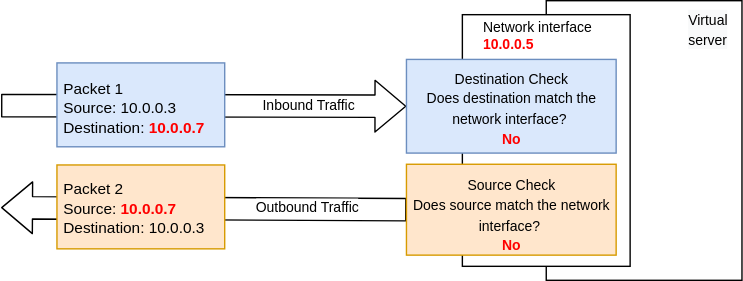
Above: images/as-deny.svg in ibm-cloud-docs/vpc (draw.io), before the change. Source tidied: cells renumbered, new cells last; positions are measured from the earlier drawing's top-left corner, leaving out a move shared by most shapes.
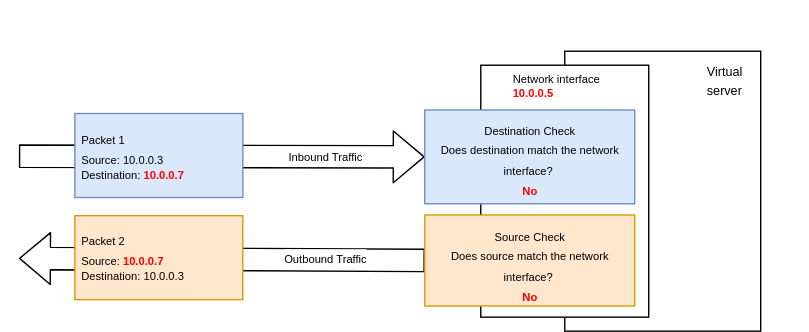
The same diagram one commit later.

What changed in the source:
```diff
@@ -30,29 +30,35 @@
     <mxCell id="9" style="rounded=0;whiteSpace=wrap;html=1;fillColor=#dae8fc;strokeColor=#6c8ebf;" parent="1" vertex="1">
       <mxGeometry x="290" y="42" width="150" height="67" as="geometry" />
     </mxCell>
-    <mxCell id="10" value="&lt;span style=&quot;color: rgb(0, 0, 0); font-family: helvetica; font-style: normal; font-weight: 400; letter-spacing: normal; text-align: center; text-indent: 0px; text-transform: none; word-spacing: 0px; background-color: rgb(248, 249, 250); display: inline; float: none;&quot;&gt;&lt;font style=&quot;font-size: 10px;&quot;&gt;Virtual server&lt;/font&gt;&lt;/span&gt;" style="text;whiteSpace=wrap;html=1;" parent="1" vertex="1">
+    <mxCell id="10" value="&lt;span style=&quot;color: rgb(0, 0, 0); font-family: helvetica; font-style: normal; font-weight: 400; letter-spacing: normal; text-align: center; text-indent: 0px; text-transform: none; word-spacing: 0px; display: inline; float: none;&quot;&gt;&lt;font style=&quot;font-size: 9px;&quot;&gt;Virtual server&lt;/font&gt;&lt;/span&gt;" style="text;whiteSpace=wrap;html=1;" parent="1" vertex="1">
       <mxGeometry x="490" width="40" height="30" as="geometry" />
     </mxCell>
-    <mxCell id="11" value="&lt;div style=&quot;text-align: justify; font-size: 10px;&quot;&gt;&lt;font style=&quot;font-size: 10px;&quot;&gt;Network interface&amp;nbsp;&lt;/font&gt;&lt;/div&gt;&lt;div style=&quot;text-align: justify; font-size: 10px;&quot;&gt;&lt;b style=&quot;&quot;&gt;&lt;font style=&quot;font-size: 10px;&quot; color=&quot;#ff0000&quot;&gt;10.0.0.5&lt;/font&gt;&lt;/b&gt;&lt;/div&gt;" style="text;html=1;align=center;verticalAlign=middle;" parent="1" vertex="1">
-      <mxGeometry x="335" y="5" width="100" height="40" as="geometry" />
+    <mxCell id="11" value="&lt;div style=&quot;text-align: justify; font-size: 8px;&quot;&gt;&lt;font style=&quot;font-size: 8px;&quot;&gt;Network interface&amp;nbsp;&lt;/font&gt;&lt;/div&gt;&lt;div style=&quot;text-align: justify; font-size: 8px;&quot;&gt;&lt;b style=&quot;&quot;&gt;&lt;font style=&quot;font-size: 8px;&quot; color=&quot;#ff0000&quot;&gt;10.0.0.5&lt;/font&gt;&lt;/b&gt;&lt;/div&gt;" style="text;html=1;align=center;verticalAlign=middle;" parent="1" vertex="1">
+      <mxGeometry x="340" y="10" width="90" height="30" as="geometry" />
     </mxCell>
-    <mxCell id="12" value="&lt;font style=&quot;font-size: 10px;&quot;&gt;Inbound Traffic&lt;/font&gt;" style="edgeLabel;html=1;align=center;verticalAlign=middle;" parent="1" vertex="1">
+    <mxCell id="12" value="&lt;font style=&quot;font-size: 8px;&quot;&gt;Inbound Traffic&lt;/font&gt;" style="edgeLabel;html=1;align=center;verticalAlign=middle;" parent="1" vertex="1">
       <mxGeometry x="219" y="74.5" as="geometry" />
     </mxCell>
-    <mxCell id="13" value="&lt;font style=&quot;font-size: 10px;&quot;&gt;Outbound Traffic&lt;/font&gt;" style="edgeLabel;html=1;align=center;verticalAlign=middle;" parent="1" vertex="1">
+    <mxCell id="13" value="&lt;font style=&quot;font-size: 8px;&quot;&gt;Outbound Traffic&lt;/font&gt;" style="edgeLabel;html=1;align=center;verticalAlign=middle;" parent="1" vertex="1">
       <mxGeometry x="219" y="147.7" as="geometry" />
     </mxCell>
-    <mxCell id="14" value="&lt;font style=&quot;font-size: 10px;&quot;&gt;&lt;span style=&quot;color: rgb(0, 0, 0); font-style: normal; font-weight: 400; letter-spacing: normal; text-indent: 0px; text-transform: none; word-spacing: 0px; font-family: helvetica;&quot;&gt;Destination Check&lt;/span&gt;&lt;br style=&quot;color: rgb(0, 0, 0); font-style: normal; font-weight: 400; letter-spacing: normal; text-indent: 0px; text-transform: none; word-spacing: 0px; font-family: helvetica;&quot;&gt;&lt;span style=&quot;color: rgb(0, 0, 0); font-style: normal; font-weight: 400; letter-spacing: normal; text-indent: 0px; text-transform: none; word-spacing: 0px; font-family: helvetica;&quot;&gt;Does destination match the network interface?&amp;nbsp;&lt;br&gt;&lt;/span&gt;&lt;b style=&quot;color: rgb(0, 0, 0); font-style: normal; letter-spacing: normal; text-indent: 0px; text-transform: none; word-spacing: 0px; font-family: helvetica;&quot;&gt;&lt;font style=&quot;font-size: 10px;&quot; color=&quot;#ff0000&quot;&gt;No&lt;/font&gt;&lt;/b&gt;&lt;/font&gt;" style="text;whiteSpace=wrap;html=1;align=center;" parent="1" vertex="1">
+    <mxCell id="14" value="&lt;font style=&quot;font-size: 8px;&quot;&gt;&lt;span style=&quot;color: rgb(0, 0, 0); font-style: normal; font-weight: 400; letter-spacing: normal; text-indent: 0px; text-transform: none; word-spacing: 0px; font-family: helvetica;&quot;&gt;Destination Check&lt;/span&gt;&lt;br style=&quot;color: rgb(0, 0, 0); font-style: normal; font-weight: 400; letter-spacing: normal; text-indent: 0px; text-transform: none; word-spacing: 0px; font-family: helvetica;&quot;&gt;&lt;span style=&quot;color: rgb(0, 0, 0); font-style: normal; font-weight: 400; letter-spacing: normal; text-indent: 0px; text-transform: none; word-spacing: 0px; font-family: helvetica;&quot;&gt;Does destination match the network interface?&amp;nbsp;&lt;br&gt;&lt;/span&gt;&lt;b style=&quot;color: rgb(0, 0, 0); font-style: normal; letter-spacing: normal; text-indent: 0px; text-transform: none; word-spacing: 0px; font-family: helvetica;&quot;&gt;&lt;font style=&quot;font-size: 8px;&quot; color=&quot;#ff0000&quot;&gt;No&lt;/font&gt;&lt;/b&gt;&lt;/font&gt;" style="text;whiteSpace=wrap;html=1;align=center;" parent="1" vertex="1">
       <mxGeometry x="294" y="42" width="143" height="55" as="geometry" />
     </mxCell>
-    <mxCell id="15" value="&lt;font style=&quot;font-size: 10px;&quot;&gt;&lt;span style=&quot;color: rgb(0, 0, 0); font-family: helvetica; font-style: normal; font-weight: 400; letter-spacing: normal; text-indent: 0px; text-transform: none; word-spacing: 0px; display: inline; float: none;&quot;&gt;Source Check&lt;/span&gt;&lt;br style=&quot;color: rgb(0, 0, 0); font-family: helvetica; font-style: normal; font-weight: 400; letter-spacing: normal; text-indent: 0px; text-transform: none; word-spacing: 0px;&quot;&gt;&lt;span style=&quot;color: rgb(0, 0, 0); font-family: helvetica; font-style: normal; font-weight: 400; letter-spacing: normal; text-indent: 0px; text-transform: none; word-spacing: 0px; display: inline; float: none;&quot;&gt;Does source match the network interface?&lt;span&gt;&amp;nbsp;&lt;br&gt;&lt;/span&gt;&lt;/span&gt;&lt;b style=&quot;color: rgb(0, 0, 0); font-family: helvetica; font-style: normal; letter-spacing: normal; text-indent: 0px; text-transform: none; word-spacing: 0px;&quot;&gt;&lt;font style=&quot;font-size: 10px;&quot; color=&quot;#ff0000&quot;&gt;No&lt;/font&gt;&lt;/b&gt;&lt;/font&gt;" style="text;whiteSpace=wrap;html=1;align=center;" parent="1" vertex="1">
+    <mxCell id="15" value="&lt;font style=&quot;font-size: 8px;&quot;&gt;&lt;span style=&quot;color: rgb(0, 0, 0); font-family: helvetica; font-style: normal; font-weight: 400; letter-spacing: normal; text-indent: 0px; text-transform: none; word-spacing: 0px; display: inline; float: none;&quot;&gt;Source Check&lt;/span&gt;&lt;br style=&quot;color: rgb(0, 0, 0); font-family: helvetica; font-style: normal; font-weight: 400; letter-spacing: normal; text-indent: 0px; text-transform: none; word-spacing: 0px;&quot;&gt;&lt;span style=&quot;color: rgb(0, 0, 0); font-family: helvetica; font-style: normal; font-weight: 400; letter-spacing: normal; text-indent: 0px; text-transform: none; word-spacing: 0px; display: inline; float: none;&quot;&gt;Does source match the network interface?&lt;span&gt;&amp;nbsp;&lt;br&gt;&lt;/span&gt;&lt;/span&gt;&lt;b style=&quot;color: rgb(0, 0, 0); font-family: helvetica; font-style: normal; letter-spacing: normal; text-indent: 0px; text-transform: none; word-spacing: 0px;&quot;&gt;&lt;font style=&quot;font-size: 8px;&quot; color=&quot;#ff0000&quot;&gt;No&lt;/font&gt;&lt;/b&gt;&lt;/font&gt;" style="text;whiteSpace=wrap;html=1;align=center;" parent="1" vertex="1">
       <mxGeometry x="294" y="117.5" width="143" height="40" as="geometry" />
     </mxCell>
-    <mxCell id="16" value="&lt;font style=&quot;font-size: 11px;&quot;&gt;&lt;span style=&quot;color: rgb(0, 0, 0); font-family: helvetica; font-style: normal; font-weight: 400; letter-spacing: normal; text-align: left; text-indent: 0px; text-transform: none; word-spacing: 0px; display: inline; float: none;&quot;&gt;Packet 2&lt;/span&gt;&lt;br style=&quot;color: rgb(0, 0, 0); font-family: helvetica; font-style: normal; font-weight: 400; letter-spacing: normal; text-align: left; text-indent: 0px; text-transform: none; word-spacing: 0px;&quot;&gt;&lt;span style=&quot;color: rgb(0, 0, 0); font-family: helvetica; font-style: normal; font-weight: 400; letter-spacing: normal; text-align: left; text-indent: 0px; text-transform: none; word-spacing: 0px; display: inline; float: none;&quot;&gt;Source:&lt;span&gt;&amp;nbsp;&lt;/span&gt;&lt;/span&gt;&lt;b style=&quot;color: rgb(0, 0, 0); font-family: helvetica; font-style: normal; letter-spacing: normal; text-align: left; text-indent: 0px; text-transform: none; word-spacing: 0px;&quot;&gt;&lt;font style=&quot;font-size: 11px;&quot; color=&quot;#ff0000&quot;&gt;10.0.0.7&lt;/font&gt;&lt;/b&gt;&lt;br style=&quot;color: rgb(0, 0, 0); font-family: helvetica; font-style: normal; font-weight: 400; letter-spacing: normal; text-align: left; text-indent: 0px; text-transform: none; word-spacing: 0px;&quot;&gt;&lt;/font&gt;&lt;div style=&quot;color: rgb(0, 0, 0); font-family: helvetica; font-style: normal; font-weight: 400; letter-spacing: normal; text-align: left; text-indent: 0px; text-transform: none; word-spacing: 0px; font-size: 11px;&quot;&gt;&lt;font style=&quot;font-size: 11px;&quot;&gt;Destination: 10.0.0.3&lt;/font&gt;&lt;/div&gt;" style="text;whiteSpace=wrap;html=1;" parent="1" vertex="1">
+    <mxCell id="16" value="&lt;font style=&quot;font-size: 8px;&quot;&gt;&lt;span style=&quot;color: rgb(0, 0, 0); font-family: helvetica; font-style: normal; font-weight: 400; letter-spacing: normal; text-align: left; text-indent: 0px; text-transform: none; word-spacing: 0px; display: inline; float: none;&quot;&gt;Packet 2&lt;/span&gt;&lt;br style=&quot;color: rgb(0, 0, 0); font-family: helvetica; font-style: normal; font-weight: 400; letter-spacing: normal; text-align: left; text-indent: 0px; text-transform: none; word-spacing: 0px;&quot;&gt;&lt;span style=&quot;color: rgb(0, 0, 0); font-family: helvetica; font-style: normal; font-weight: 400; letter-spacing: normal; text-align: left; text-indent: 0px; text-transform: none; word-spacing: 0px; display: inline; float: none;&quot;&gt;Source:&lt;span&gt;&amp;nbsp;&lt;/span&gt;&lt;/span&gt;&lt;b style=&quot;color: rgb(0, 0, 0); font-family: helvetica; font-style: normal; letter-spacing: normal; text-align: left; text-indent: 0px; text-transform: none; word-spacing: 0px;&quot;&gt;&lt;font style=&quot;font-size: 8px;&quot; color=&quot;#ff0000&quot;&gt;10.0.0.7&lt;/font&gt;&lt;/b&gt;&lt;br style=&quot;color: rgb(0, 0, 0); font-family: helvetica; font-style: normal; font-weight: 400; letter-spacing: normal; text-align: left; text-indent: 0px; text-transform: none; word-spacing: 0px;&quot;&gt;&lt;/font&gt;&lt;div style=&quot;color: rgb(0, 0, 0); font-family: helvetica; font-style: normal; font-weight: 400; letter-spacing: normal; text-align: left; text-indent: 0px; text-transform: none; word-spacing: 0px; font-size: 8px;&quot;&gt;&lt;font style=&quot;font-size: 8px;&quot;&gt;Destination: 10.0.0.3&lt;/font&gt;&lt;/div&gt;" style="text;whiteSpace=wrap;html=1;" parent="1" vertex="1">
       <mxGeometry x="43" y="120.7" width="140" height="60" as="geometry" />
     </mxCell>
-    <mxCell id="17" value="&lt;font style=&quot;font-size: 11px;&quot;&gt;&lt;span style=&quot;color: rgb(0, 0, 0); font-family: helvetica; font-style: normal; font-weight: 400; letter-spacing: normal; text-align: left; text-indent: 0px; text-transform: none; word-spacing: 0px; display: inline; float: none;&quot;&gt;Packet 1&lt;/span&gt;&lt;br style=&quot;color: rgb(0, 0, 0); font-family: helvetica; font-style: normal; font-weight: 400; letter-spacing: normal; text-align: left; text-indent: 0px; text-transform: none; word-spacing: 0px;&quot;&gt;&lt;span style=&quot;color: rgb(0, 0, 0); font-family: helvetica; font-style: normal; font-weight: 400; letter-spacing: normal; text-align: left; text-indent: 0px; text-transform: none; word-spacing: 0px; display: inline; float: none;&quot;&gt;Source: 10.0.0.3&lt;/span&gt;&lt;br style=&quot;color: rgb(0, 0, 0); font-family: helvetica; font-style: normal; font-weight: 400; letter-spacing: normal; text-align: left; text-indent: 0px; text-transform: none; word-spacing: 0px;&quot;&gt;&lt;/font&gt;&lt;div style=&quot;color: rgb(0, 0, 0); font-family: helvetica; font-style: normal; font-weight: 400; letter-spacing: normal; text-align: left; text-indent: 0px; text-transform: none; word-spacing: 0px; font-size: 11px;&quot;&gt;&lt;font style=&quot;font-size: 11px;&quot;&gt;Destination:&amp;nbsp;&lt;b style=&quot;&quot;&gt;&lt;font style=&quot;font-size: 11px;&quot; color=&quot;#ff0000&quot;&gt;10.0.0.7&lt;/font&gt;&lt;/b&gt;&lt;/font&gt;&lt;/div&gt;" style="text;whiteSpace=wrap;html=1;" parent="1" vertex="1">
+    <mxCell id="17" value="&lt;font style=&quot;font-size: 8px;&quot;&gt;&lt;span style=&quot;color: rgb(0, 0, 0); font-family: helvetica; font-style: normal; font-weight: 400; letter-spacing: normal; text-align: left; text-indent: 0px; text-transform: none; word-spacing: 0px; display: inline; float: none;&quot;&gt;Packet 1&lt;/span&gt;&lt;br style=&quot;color: rgb(0, 0, 0); font-family: helvetica; font-style: normal; font-weight: 400; letter-spacing: normal; text-align: left; text-indent: 0px; text-transform: none; word-spacing: 0px;&quot;&gt;&lt;span style=&quot;color: rgb(0, 0, 0); font-family: helvetica; font-style: normal; font-weight: 400; letter-spacing: normal; text-align: left; text-indent: 0px; text-transform: none; word-spacing: 0px; display: inline; float: none;&quot;&gt;Source: 10.0.0.3&lt;/span&gt;&lt;br style=&quot;color: rgb(0, 0, 0); font-family: helvetica; font-style: normal; font-weight: 400; letter-spacing: normal; text-align: left; text-indent: 0px; text-transform: none; word-spacing: 0px;&quot;&gt;&lt;/font&gt;&lt;div style=&quot;color: rgb(0, 0, 0); font-family: helvetica; font-style: normal; font-weight: 400; letter-spacing: normal; text-align: left; text-indent: 0px; text-transform: none; word-spacing: 0px; font-size: 8px;&quot;&gt;&lt;font style=&quot;font-size: 8px;&quot;&gt;Destination:&amp;nbsp;&lt;b style=&quot;&quot;&gt;&lt;font style=&quot;font-size: 8px;&quot; color=&quot;#ff0000&quot;&gt;10.0.0.7&lt;/font&gt;&lt;/b&gt;&lt;/font&gt;&lt;/div&gt;" style="text;whiteSpace=wrap;html=1;" parent="1" vertex="1">
       <mxGeometry x="43" y="49" width="140" height="60" as="geometry" />
     </mxCell>
+    <mxCell id="18" style="rounded=0;whiteSpace=wrap;html=1;strokeColor=none;" parent="1" vertex="1">
+      <mxGeometry x="-13" y="-36" width="543" height="30" as="geometry" />
+    </mxCell>
+    <mxCell id="19" style="rounded=0;whiteSpace=wrap;html=1;rotation=90;strokeColor=none;" parent="1" vertex="1">
+      <mxGeometry x="431.9" y="67.1" width="233.2" height="30" as="geometry" />
+    </mxCell>
   </root>
 </mxGraphModel>
```
